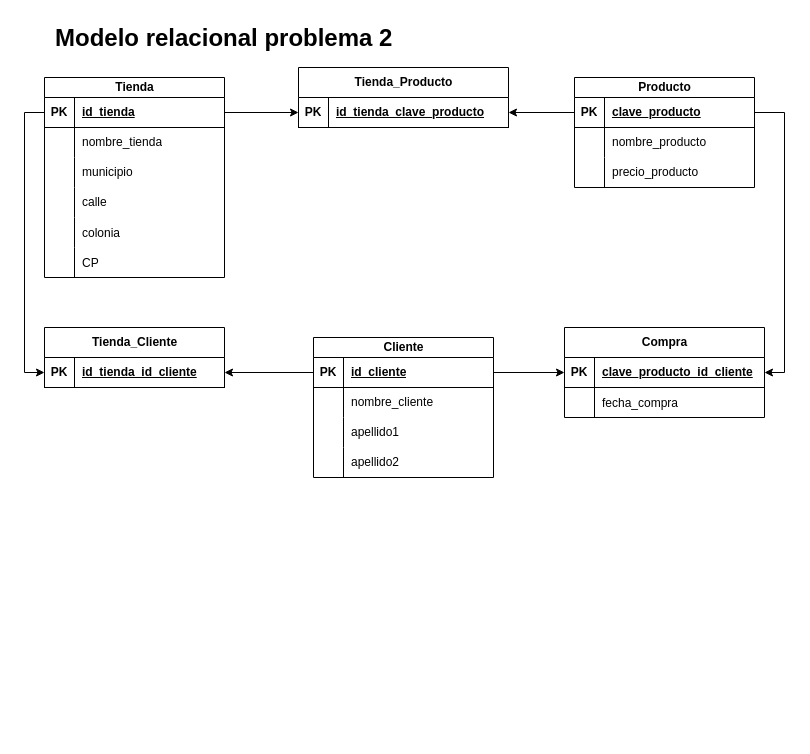
itsFDavid/Bases-de-datos keeps this draw.io diagram as page "Problema-2-MR" (5 of 9) of TASK_1/Problemas.drawio. Above is the earlier version. Source tidied: cells renumbered, new cells numbered last; positions are measured from the earlier drawing's top-left corner, leaving out a move shared by most shapes. Both pictures are drawn from the tidied source at 100%, with x=0, y=0 at pixel (44, 17).
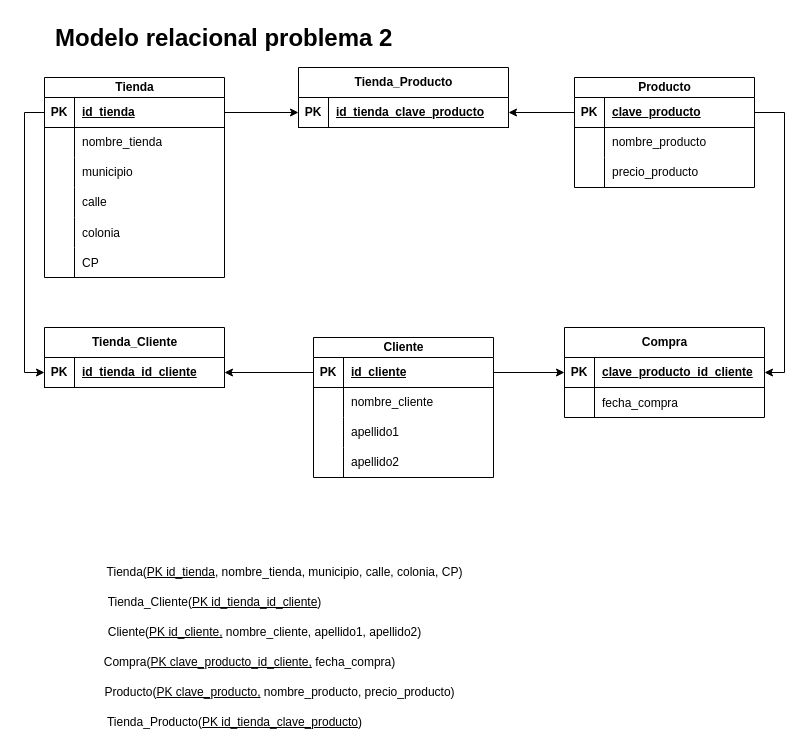
The same page after the edit.

Commit message:
add description the tables of problem 2

What changed in the source:
```diff
@@
+    <mxCell id="66" value="Tienda(&lt;u&gt;PK id_tienda&lt;/u&gt;, nombre_tienda, municipio, calle, colonia, CP)" style="text;html=1;align=center;verticalAlign=middle;strokeColor=none;fillColor=none;" parent="1" vertex="1">
+      <mxGeometry x="50" y="540" width="380" height="30" as="geometry" />
+    </mxCell>
+    <mxCell id="67" value="Tienda_Cliente(&lt;u&gt;PK id_tienda_id_cliente&lt;/u&gt;)" style="text;html=1;align=center;verticalAlign=middle;strokeColor=none;fillColor=none;" parent="1" vertex="1">
+      <mxGeometry x="50" y="570" width="240" height="30" as="geometry" />
+    </mxCell>
+    <mxCell id="68" value="Cliente(&lt;u&gt;PK id_cliente,&lt;/u&gt;&amp;nbsp;nombre_cliente, apellido1, apellido2)" style="text;html=1;align=center;verticalAlign=middle;strokeColor=none;fillColor=none;" parent="1" vertex="1">
+      <mxGeometry x="50" y="600" width="340" height="30" as="geometry" />
+    </mxCell>
+    <mxCell id="69" value="Compra(&lt;u&gt;PK clave_producto_id_cliente,&lt;/u&gt;&amp;nbsp;fecha_compra)" style="text;html=1;align=center;verticalAlign=middle;strokeColor=none;fillColor=none;" parent="1" vertex="1">
+      <mxGeometry x="50" y="630" width="310" height="30" as="geometry" />
+    </mxCell>
+    <mxCell id="70" value="Producto(&lt;u&gt;PK clave_producto,&lt;/u&gt;&amp;nbsp;nombre_producto, precio_producto)" style="text;html=1;align=center;verticalAlign=middle;strokeColor=none;fillColor=none;" parent="1" vertex="1">
+      <mxGeometry x="50" y="660" width="370" height="30" as="geometry" />
+    </mxCell>
+    <mxCell id="71" value="Tienda_Producto(&lt;u&gt;PK id_tienda_clave_producto&lt;/u&gt;)" style="text;html=1;align=center;verticalAlign=middle;strokeColor=none;fillColor=none;" parent="1" vertex="1">
+      <mxGeometry x="50" y="690" width="280" height="30" as="geometry" />
+    </mxCell>
```
